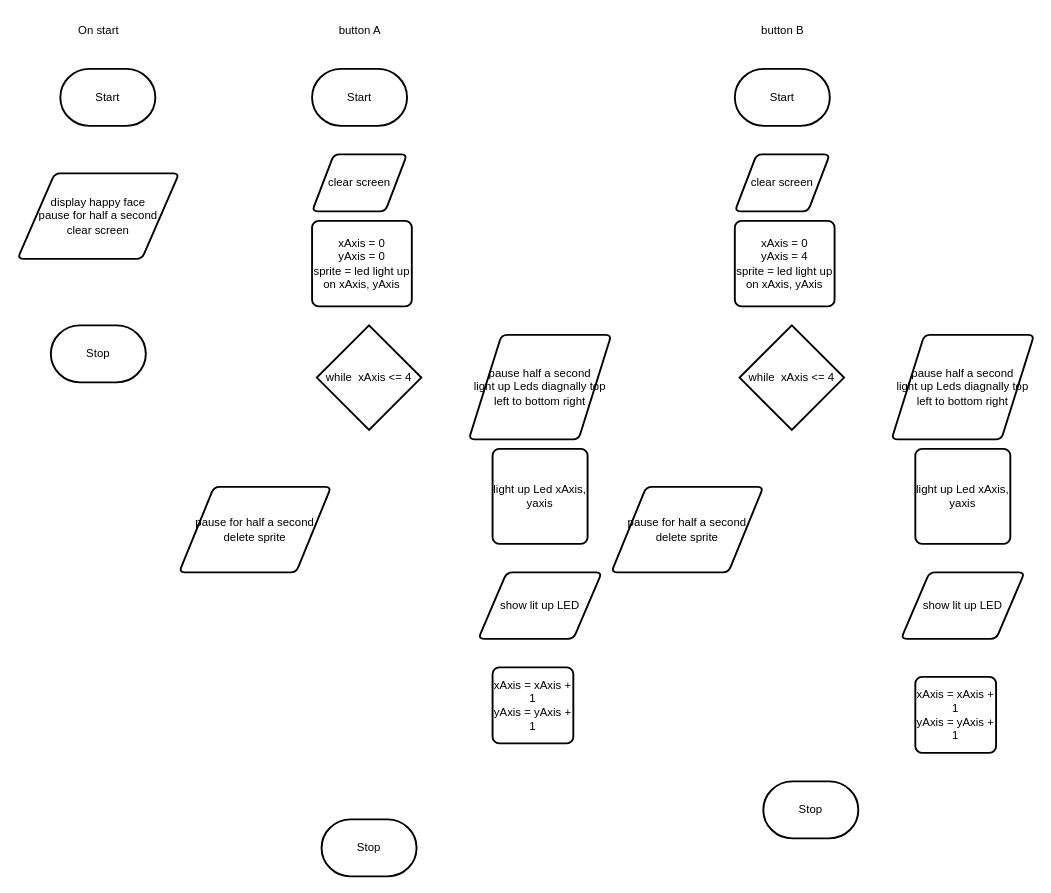
The draw.io diagram design/flowchart.drawio in MTHS-TEJ2O-1-2023/TEJ2O-Unit-2-14-michael-bruneau, before the edit. Source tidied: cells renumbered, new cells numbered last; positions are measured from the earlier drawing's top-left corner, leaving out a move shared by most shapes. Both pictures are drawn from the tidied source at 95%, with x=0, y=0 at pixel (17, 16).
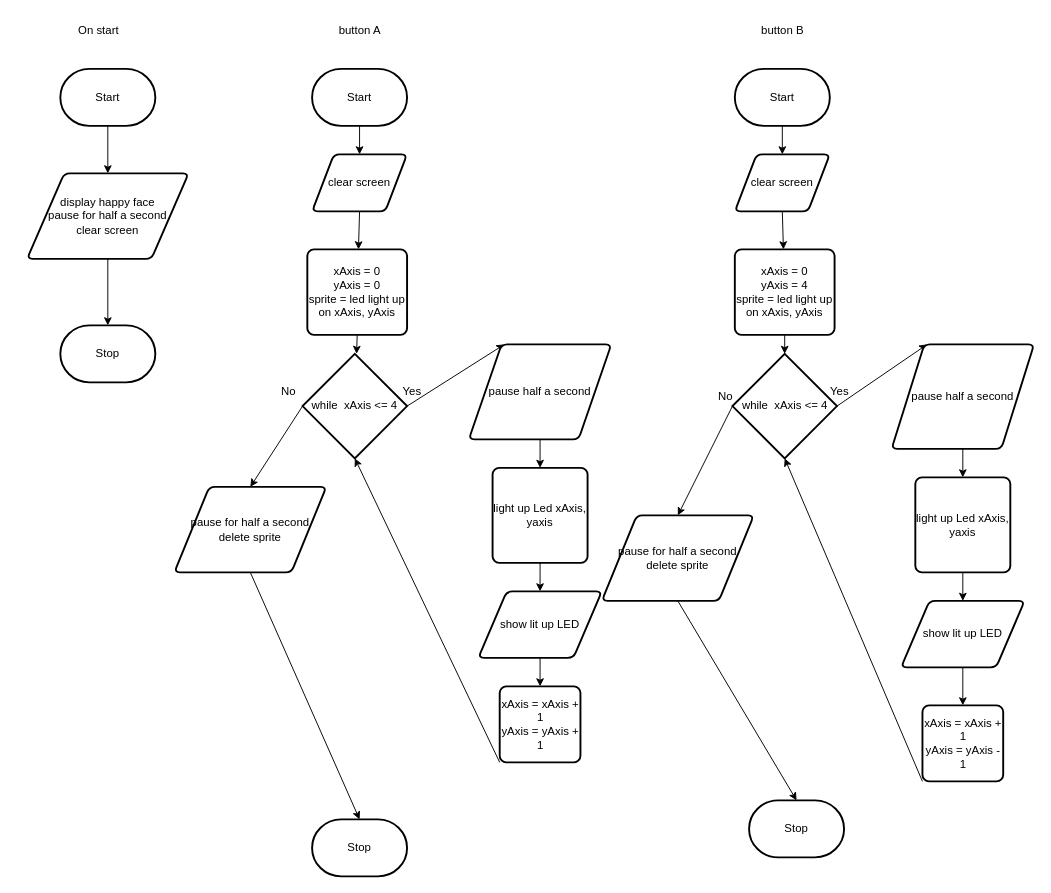
Above is the later version.

The change refers to these unchanged cells:
```xml
<mxCell id="2" value="Start" style="strokeWidth=2;html=1;shape=mxgraph.flowchart.terminator;whiteSpace=wrap;" parent="1" vertex="1">
  <mxGeometry x="45" y="55" width="100" height="60" as="geometry" />
</mxCell>
<mxCell id="6" value="Start" style="strokeWidth=2;html=1;shape=mxgraph.flowchart.terminator;whiteSpace=wrap;" parent="1" vertex="1">
  <mxGeometry x="310" y="55" width="100" height="60" as="geometry" />
</mxCell>
<mxCell id="9" value="clear screen" style="shape=parallelogram;html=1;strokeWidth=2;perimeter=parallelogramPerimeter;whiteSpace=wrap;rounded=1;arcSize=12;size=0.23;" parent="1" vertex="1">
  <mxGeometry x="310" y="145" width="100" height="60" as="geometry" />
</mxCell>
<mxCell id="16" value="Start" style="strokeWidth=2;html=1;shape=mxgraph.flowchart.terminator;whiteSpace=wrap;" parent="1" vertex="1">
  <mxGeometry x="755" y="55" width="100" height="60" as="geometry" />
</mxCell>
<mxCell id="19" value="clear screen" style="shape=parallelogram;html=1;strokeWidth=2;perimeter=parallelogramPerimeter;whiteSpace=wrap;rounded=1;arcSize=12;size=0.23;" parent="1" vertex="1">
  <mxGeometry x="755" y="145" width="100" height="60" as="geometry" />
</mxCell>
```

What changed in the source:
```diff
@@
+    <mxCell id="28" style="edgeStyle=none;html=1;exitX=0.5;exitY=1;exitDx=0;exitDy=0;exitPerimeter=0;" parent="1" edge="1" source="2" target="4">
+      <mxGeometry relative="1" as="geometry" />
+    </mxCell>
@@
     <mxCell id="3" value="Stop" style="strokeWidth=2;html=1;shape=mxgraph.flowchart.terminator;whiteSpace=wrap;" parent="1" vertex="1">
-      <mxGeometry x="35" y="325" width="100" height="60" as="geometry" />
+      <mxGeometry x="45" y="325" width="100" height="60" as="geometry" />
     </mxCell>
+    <mxCell id="29" style="edgeStyle=none;html=1;exitX=0.5;exitY=1;exitDx=0;exitDy=0;" parent="1" edge="1" source="4" target="3">
+      <mxGeometry relative="1" as="geometry" />
+    </mxCell>
     <mxCell id="4" value="display happy face&lt;br&gt;pause for half a second&lt;br&gt;clear screen" style="shape=parallelogram;html=1;strokeWidth=2;perimeter=parallelogramPerimeter;whiteSpace=wrap;rounded=1;arcSize=12;size=0.23;" parent="1" vertex="1">
-      <mxGeometry y="165" width="170" height="90" as="geometry" />
+      <mxGeometry x="10" y="165" width="170" height="90" as="geometry" />
     </mxCell>
@@
+    <mxCell id="30" style="edgeStyle=none;html=1;exitX=0.5;exitY=1;exitDx=0;exitDy=0;exitPerimeter=0;entryX=0.5;entryY=0;entryDx=0;entryDy=0;" parent="1" edge="1" source="6" target="9">
+      <mxGeometry relative="1" as="geometry" />
+    </mxCell>
@@
     <mxCell id="7" value="Stop" style="strokeWidth=2;html=1;shape=mxgraph.flowchart.terminator;whiteSpace=wrap;" parent="1" vertex="1">
-      <mxGeometry x="320" y="845" width="100" height="60" as="geometry" />
+      <mxGeometry x="310" y="845" width="100" height="60" as="geometry" />
     </mxCell>
@@
+    <mxCell id="31" style="edgeStyle=none;html=1;exitX=0.5;exitY=1;exitDx=0;exitDy=0;" parent="1" edge="1" source="9" target="10">
+      <mxGeometry relative="1" as="geometry" />
+    </mxCell>
@@
+    <mxCell id="32" style="edgeStyle=none;html=1;exitX=0.5;exitY=1;exitDx=0;exitDy=0;" parent="1" edge="1" source="10" target="11">
+      <mxGeometry relative="1" as="geometry" />
+    </mxCell>
     <mxCell id="10" value="xAxis = 0&lt;br&gt;yAxis = 0&lt;br&gt;sprite = led light up on xAxis, yAxis" style="rounded=1;whiteSpace=wrap;html=1;absoluteArcSize=1;arcSize=14;strokeWidth=2;" parent="1" vertex="1">
-      <mxGeometry x="310" y="215" width="105" height="90" as="geometry" />
+      <mxGeometry x="305" y="245" width="105" height="90" as="geometry" />
     </mxCell>
+    <mxCell id="33" style="edgeStyle=none;html=1;exitX=1;exitY=0.5;exitDx=0;exitDy=0;exitPerimeter=0;entryX=0.25;entryY=0;entryDx=0;entryDy=0;" parent="1" edge="1" source="11" target="12">
+      <mxGeometry relative="1" as="geometry" />
+    </mxCell>
+    <mxCell id="34" style="edgeStyle=none;html=1;exitX=0;exitY=0.5;exitDx=0;exitDy=0;exitPerimeter=0;entryX=0.5;entryY=0;entryDx=0;entryDy=0;" parent="1" edge="1" source="11" target="15">
+      <mxGeometry relative="1" as="geometry" />
+    </mxCell>
     <mxCell id="11" value="while&amp;nbsp; xAxis &amp;lt;= 4" style="strokeWidth=2;html=1;shape=mxgraph.flowchart.decision;whiteSpace=wrap;" parent="1" vertex="1">
-      <mxGeometry x="315" y="325" width="110" height="110" as="geometry" />
+      <mxGeometry x="300" y="355" width="110" height="110" as="geometry" />
     </mxCell>
+    <mxCell id="35" style="edgeStyle=none;html=1;exitX=0.5;exitY=1;exitDx=0;exitDy=0;" parent="1" edge="1" source="12" target="13">
+      <mxGeometry relative="1" as="geometry" />
+    </mxCell>
-    <mxCell id="12" value="pause half a second&lt;br&gt;light up Leds diagnally top left to bottom right" style="shape=parallelogram;html=1;strokeWidth=2;perimeter=parallelogramPerimeter;whiteSpace=wrap;rounded=1;arcSize=12;size=0.23;" parent="1" vertex="1">
-      <mxGeometry x="475" y="335" width="150" height="110" as="geometry" />
+    <mxCell id="12" value="pause half a second&lt;br&gt;" style="shape=parallelogram;html=1;strokeWidth=2;perimeter=parallelogramPerimeter;whiteSpace=wrap;rounded=1;arcSize=12;size=0.23;" parent="1" vertex="1">
+      <mxGeometry x="475" y="345" width="150" height="100" as="geometry" />
     </mxCell>
+    <mxCell id="36" style="edgeStyle=none;html=1;" parent="1" edge="1" source="13" target="14">
+      <mxGeometry relative="1" as="geometry" />
+    </mxCell>
     <mxCell id="13" value="light up Led xAxis, yaxis" style="rounded=1;whiteSpace=wrap;html=1;absoluteArcSize=1;arcSize=14;strokeWidth=2;" parent="1" vertex="1">
-      <mxGeometry x="500" y="455" width="100" height="100" as="geometry" />
+      <mxGeometry x="500" y="475" width="100" height="100" as="geometry" />
     </mxCell>
+    <mxCell id="37" style="edgeStyle=none;html=1;" parent="1" edge="1" source="14" target="26">
+      <mxGeometry relative="1" as="geometry" />
+    </mxCell>
     <mxCell id="14" value="show lit up LED" style="shape=parallelogram;html=1;strokeWidth=2;perimeter=parallelogramPerimeter;whiteSpace=wrap;rounded=1;arcSize=12;size=0.23;" parent="1" vertex="1">
-      <mxGeometry x="485" y="585" width="130" height="70" as="geometry" />
+      <mxGeometry x="485" y="605" width="130" height="70" as="geometry" />
     </mxCell>
+    <mxCell id="38" style="edgeStyle=none;html=1;exitX=0.5;exitY=1;exitDx=0;exitDy=0;entryX=0.5;entryY=0;entryDx=0;entryDy=0;entryPerimeter=0;" parent="1" edge="1" source="15" target="7">
+      <mxGeometry relative="1" as="geometry" />
+    </mxCell>
     <mxCell id="15" value="pause for half a second&lt;br&gt;delete sprite" style="shape=parallelogram;html=1;strokeWidth=2;perimeter=parallelogramPerimeter;whiteSpace=wrap;rounded=1;arcSize=12;size=0.23;" parent="1" vertex="1">
-      <mxGeometry x="170" y="495" width="160" height="90" as="geometry" />
+      <mxGeometry x="165" y="495" width="160" height="90" as="geometry" />
     </mxCell>
+    <mxCell id="39" style="edgeStyle=none;html=1;exitX=0.5;exitY=1;exitDx=0;exitDy=0;exitPerimeter=0;" parent="1" edge="1" source="16" target="19">
+      <mxGeometry relative="1" as="geometry" />
+    </mxCell>
@@
     <mxCell id="17" value="Stop" style="strokeWidth=2;html=1;shape=mxgraph.flowchart.terminator;whiteSpace=wrap;" parent="1" vertex="1">
-      <mxGeometry x="785" y="805" width="100" height="60" as="geometry" />
+      <mxGeometry x="770" y="825" width="100" height="60" as="geometry" />
     </mxCell>
@@
+    <mxCell id="40" style="edgeStyle=none;html=1;exitX=0.5;exitY=1;exitDx=0;exitDy=0;" parent="1" edge="1" source="19" target="20">
+      <mxGeometry relative="1" as="geometry" />
+    </mxCell>
@@
+    <mxCell id="41" style="edgeStyle=none;html=1;exitX=0.5;exitY=1;exitDx=0;exitDy=0;" parent="1" edge="1" source="20" target="21">
+      <mxGeometry relative="1" as="geometry" />
+    </mxCell>
     <mxCell id="20" value="xAxis = 0&lt;br&gt;yAxis = 4&lt;br&gt;sprite = led light up on xAxis, yAxis" style="rounded=1;whiteSpace=wrap;html=1;absoluteArcSize=1;arcSize=14;strokeWidth=2;" parent="1" vertex="1">
-      <mxGeometry x="755" y="215" width="105" height="90" as="geometry" />
+      <mxGeometry x="755" y="245" width="105" height="90" as="geometry" />
     </mxCell>
+    <mxCell id="42" style="edgeStyle=none;html=1;exitX=1;exitY=0.5;exitDx=0;exitDy=0;exitPerimeter=0;entryX=0.25;entryY=0;entryDx=0;entryDy=0;" parent="1" edge="1" source="21" target="22">
+      <mxGeometry relative="1" as="geometry" />
+    </mxCell>
+    <mxCell id="43" style="edgeStyle=none;html=1;exitX=0;exitY=0.5;exitDx=0;exitDy=0;exitPerimeter=0;entryX=0.5;entryY=0;entryDx=0;entryDy=0;" parent="1" edge="1" source="21" target="25">
+      <mxGeometry relative="1" as="geometry" />
+    </mxCell>
     <mxCell id="21" value="while&amp;nbsp; xAxis &amp;lt;= 4" style="strokeWidth=2;html=1;shape=mxgraph.flowchart.decision;whiteSpace=wrap;" parent="1" vertex="1">
-      <mxGeometry x="760" y="325" width="110" height="110" as="geometry" />
+      <mxGeometry x="752.5" y="355" width="110" height="110" as="geometry" />
     </mxCell>
+    <mxCell id="44" style="edgeStyle=none;html=1;exitX=0.5;exitY=1;exitDx=0;exitDy=0;" parent="1" edge="1" source="22" target="23">
+      <mxGeometry relative="1" as="geometry" />
+    </mxCell>
-    <mxCell id="22" value="pause half a second&lt;br&gt;light up Leds diagnally top left to bottom right" style="shape=parallelogram;html=1;strokeWidth=2;perimeter=parallelogramPerimeter;whiteSpace=wrap;rounded=1;arcSize=12;size=0.23;" parent="1" vertex="1">
-      <mxGeometry x="920" y="335" width="150" height="110" as="geometry" />
+    <mxCell id="22" value="pause half a second&lt;br&gt;" style="shape=parallelogram;html=1;strokeWidth=2;perimeter=parallelogramPerimeter;whiteSpace=wrap;rounded=1;arcSize=12;size=0.23;" parent="1" vertex="1">
+      <mxGeometry x="920" y="345" width="150" height="110" as="geometry" />
     </mxCell>
+    <mxCell id="45" style="edgeStyle=none;html=1;exitX=0.5;exitY=1;exitDx=0;exitDy=0;" parent="1" edge="1" source="23" target="24">
+      <mxGeometry relative="1" as="geometry" />
+    </mxCell>
     <mxCell id="23" value="light up Led xAxis, yaxis" style="rounded=1;whiteSpace=wrap;html=1;absoluteArcSize=1;arcSize=14;strokeWidth=2;" parent="1" vertex="1">
-      <mxGeometry x="945" y="455" width="100" height="100" as="geometry" />
+      <mxGeometry x="945" y="485" width="100" height="100" as="geometry" />
     </mxCell>
+    <mxCell id="46" style="edgeStyle=none;html=1;exitX=0.5;exitY=1;exitDx=0;exitDy=0;entryX=0.5;entryY=0;entryDx=0;entryDy=0;" parent="1" edge="1" source="24" target="27">
+      <mxGeometry relative="1" as="geometry" />
+    </mxCell>
     <mxCell id="24" value="show lit up LED" style="shape=parallelogram;html=1;strokeWidth=2;perimeter=parallelogramPerimeter;whiteSpace=wrap;rounded=1;arcSize=12;size=0.23;" parent="1" vertex="1">
-      <mxGeometry x="930" y="585" width="130" height="70" as="geometry" />
+      <mxGeometry x="930" y="615" width="130" height="70" as="geometry" />
     </mxCell>
+    <mxCell id="47" style="edgeStyle=none;html=1;exitX=0.5;exitY=1;exitDx=0;exitDy=0;entryX=0.5;entryY=0;entryDx=0;entryDy=0;entryPerimeter=0;" parent="1" edge="1" source="25" target="17">
+      <mxGeometry relative="1" as="geometry" />
+    </mxCell>
     <mxCell id="25" value="pause for half a second&lt;br&gt;delete sprite" style="shape=parallelogram;html=1;strokeWidth=2;perimeter=parallelogramPerimeter;whiteSpace=wrap;rounded=1;arcSize=12;size=0.23;" parent="1" vertex="1">
-      <mxGeometry x="625" y="495" width="160" height="90" as="geometry" />
+      <mxGeometry x="615" y="525" width="160" height="90" as="geometry" />
     </mxCell>
+    <mxCell id="48" style="edgeStyle=none;html=1;exitX=0;exitY=1;exitDx=0;exitDy=0;entryX=0.5;entryY=1;entryDx=0;entryDy=0;entryPerimeter=0;" parent="1" edge="1" source="26" target="11">
+      <mxGeometry relative="1" as="geometry" />
+    </mxCell>
     <mxCell id="26" value="xAxis = xAxis + 1&lt;br&gt;yAxis = yAxis + 1" style="rounded=1;whiteSpace=wrap;html=1;absoluteArcSize=1;arcSize=14;strokeWidth=2;" parent="1" vertex="1">
-      <mxGeometry x="500" y="685" width="85" height="80" as="geometry" />
+      <mxGeometry x="507.5" y="705" width="85" height="80" as="geometry" />
     </mxCell>
+    <mxCell id="49" style="edgeStyle=none;html=1;exitX=0;exitY=1;exitDx=0;exitDy=0;entryX=0.5;entryY=1;entryDx=0;entryDy=0;entryPerimeter=0;" parent="1" edge="1" source="27" target="21">
+      <mxGeometry relative="1" as="geometry" />
+    </mxCell>
-    <mxCell id="27" value="xAxis = xAxis + 1&lt;br&gt;yAxis = yAxis + 1" style="rounded=1;whiteSpace=wrap;html=1;absoluteArcSize=1;arcSize=14;strokeWidth=2;" parent="1" vertex="1">
-      <mxGeometry x="945" y="695" width="85" height="80" as="geometry" />
+    <mxCell id="27" value="xAxis = xAxis + 1&lt;br&gt;yAxis = yAxis - 1" style="rounded=1;whiteSpace=wrap;html=1;absoluteArcSize=1;arcSize=14;strokeWidth=2;" parent="1" vertex="1">
+      <mxGeometry x="952.5" y="725" width="85" height="80" as="geometry" />
     </mxCell>
+    <mxCell id="50" value="Yes" style="text;html=1;align=center;verticalAlign=middle;strokeColor=none;fillColor=none;" parent="1" vertex="1">
+      <mxGeometry x="845" y="380" width="40" height="30" as="geometry" />
+    </mxCell>
+    <mxCell id="51" value="No" style="text;html=1;align=center;verticalAlign=middle;strokeColor=none;fillColor=none;" parent="1" vertex="1">
+      <mxGeometry x="725" y="385" width="40" height="30" as="geometry" />
+    </mxCell>
+    <mxCell id="52" value="Yes" style="text;html=1;align=center;verticalAlign=middle;strokeColor=none;fillColor=none;" parent="1" vertex="1">
+      <mxGeometry x="395" y="380" width="40" height="30" as="geometry" />
+    </mxCell>
+    <mxCell id="53" value="No" style="text;html=1;align=center;verticalAlign=middle;strokeColor=none;fillColor=none;" parent="1" vertex="1">
+      <mxGeometry x="265" y="380" width="40" height="30" as="geometry" />
+    </mxCell>
```
